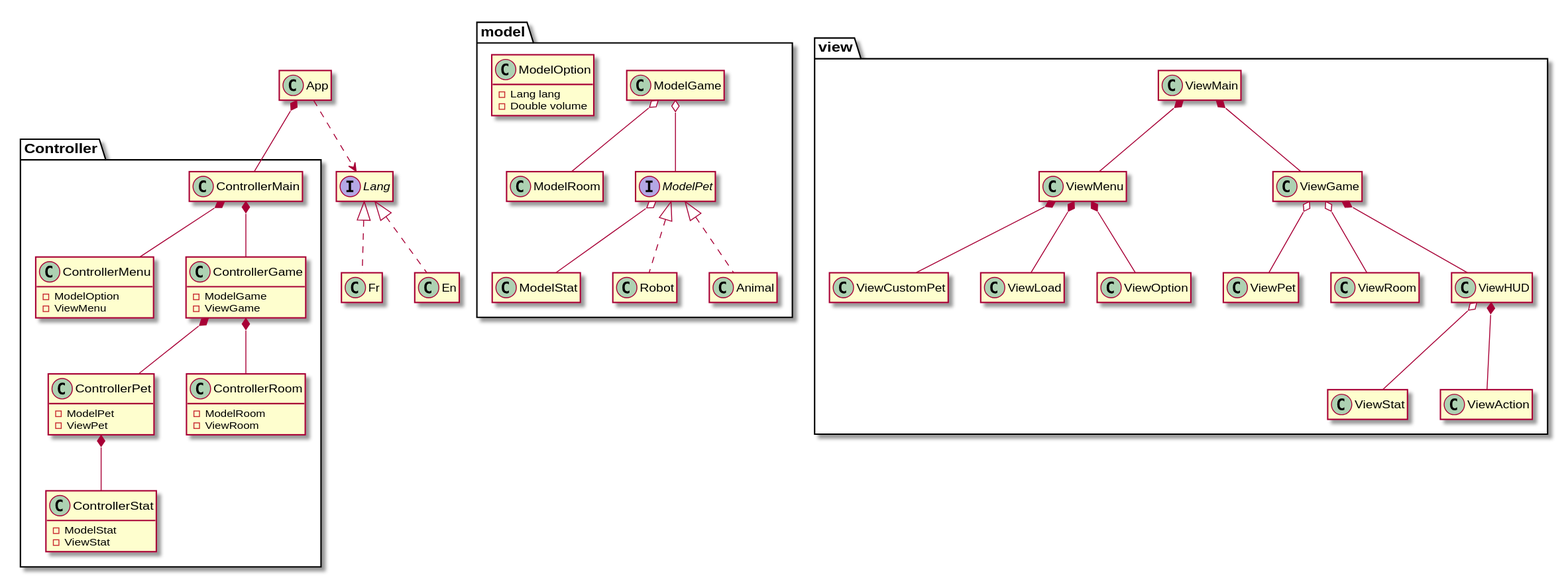
Earlier version of the PlantUML export diagrams/svg/diagram-class.svg (83NJAM1/Tamagotchi).
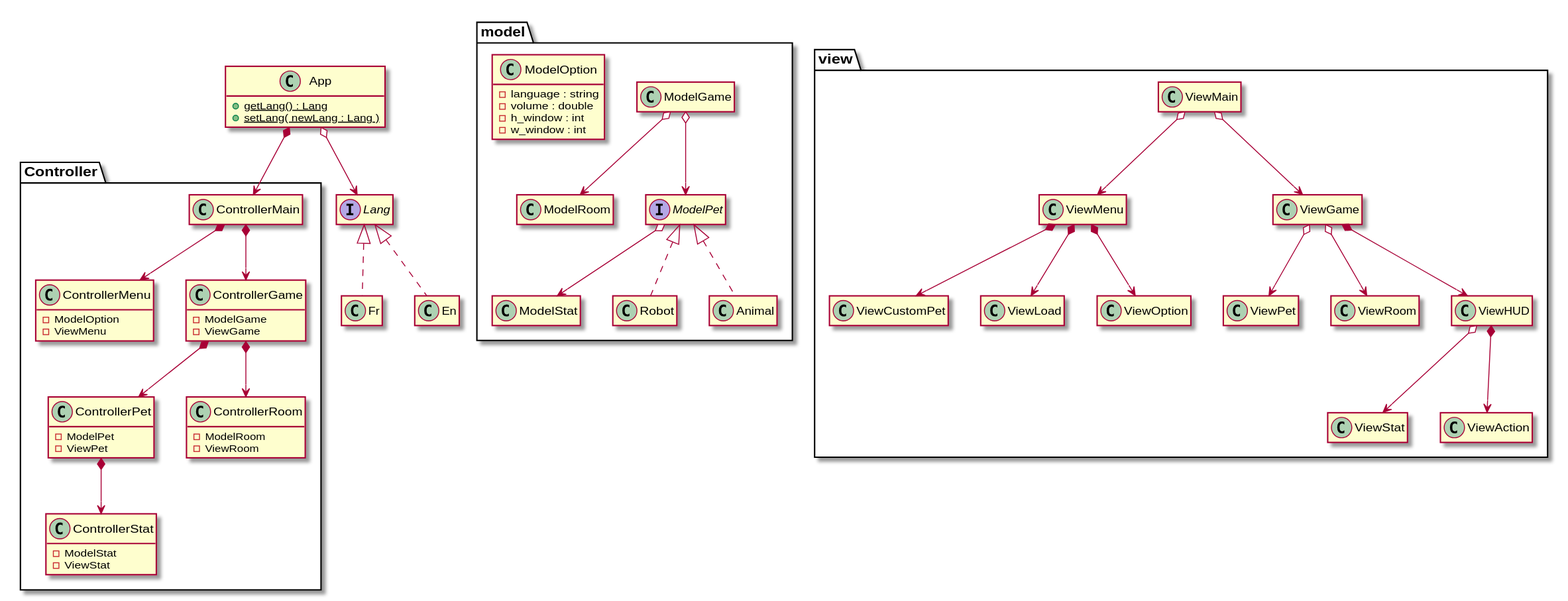
Above is the later version.

Commit message:
update - diagram class image

Change to the diagram source:
```diff
@@ -3,21 +3,28 @@
 hide empty attributes
 hide empty methods
 
-class App
+class App {
+	+ {static} getLang() : Lang
+	+ {static} setLang( newLang : Lang )
+}
+
 interface Lang
-App ..> Lang
 class Fr
 Class En
+
 Lang <|.. Fr
 Lang <|.. En
+App o--> Lang
 
 package model {
     class ModelRoom
     class ModelGame
     class ModelStat
     class ModelOption {
-	    -Lang lang
-	    -Double volume
+    	-language : string
+	    -volume : double
+	    -h_window : int
+	    -w_window : int
     }
     interface ModelPet
     class Robot
@@ -25,9 +32,9 @@
 
     ModelPet <|.. Robot
     ModelPet <|.. Animal
-    ModelPet o-- ModelStat
-    ModelGame o-- ModelPet
-    ModelGame o-- ModelRoom
+    ModelPet o--> ModelStat
+    ModelGame o--> ModelPet
+    ModelGame o--> ModelRoom
 }
 
 package view {
@@ -43,16 +50,16 @@
     class ViewGame
     class ViewHUD
 
-    ViewMain *-- ViewGame
-    ViewMain *-- ViewMenu
-    ViewMenu *-- ViewOption
-    ViewMenu *-- ViewCustomPet
-    ViewMenu *-- ViewLoad
-    ViewGame *-- ViewHUD
-    ViewHUD  *-- ViewAction
-    ViewHUD  o-- ViewStat
-    ViewGame o-- ViewRoom
-    ViewGame o-- ViewPet
+    ViewMain o--> ViewGame
+    ViewMain o--> ViewMenu
+    ViewMenu *--> ViewOption
+    ViewMenu *--> ViewCustomPet
+    ViewMenu *--> ViewLoad
+    ViewGame *--> ViewHUD
+    ViewHUD  *--> ViewAction
+    ViewHUD  o--> ViewStat
+    ViewGame o--> ViewRoom
+    ViewGame o--> ViewPet
 }
 
 package Controller {
@@ -79,14 +86,14 @@
         -ViewGame
     }
 
-    ControllerPet *-- ControllerStat
-    ControllerGame *-- ControllerPet
-    ControllerGame *-- ControllerRoom
-    ControllerMain *-- ControllerGame
-    ControllerMain *-- ControllerMenu
+    ControllerPet *--> ControllerStat
+    ControllerGame *--> ControllerPet
+    ControllerGame *--> ControllerRoom
+    ControllerMain *--> ControllerGame
+    ControllerMain *--> ControllerMenu
 
 }
 
-App *-- ControllerMain
+App *--> ControllerMain
 
 @enduml
```
